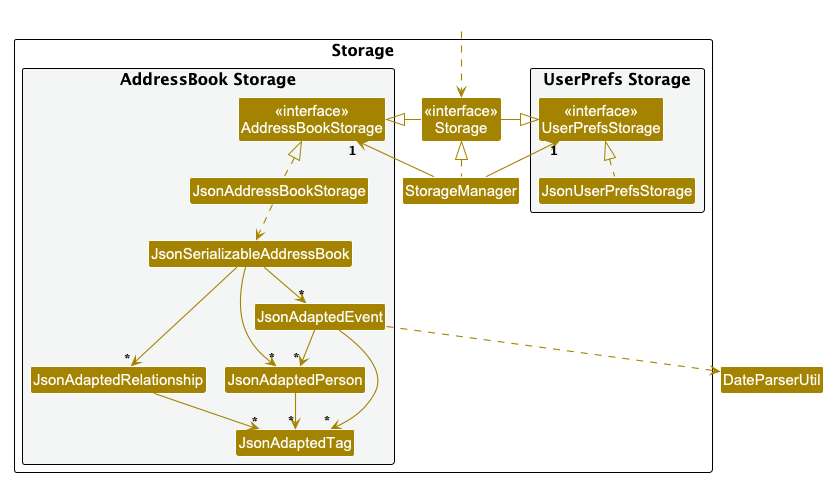
Above: docs/images/StorageClassDiagram.png in Stickiem/tp (PlantUML), before the change.
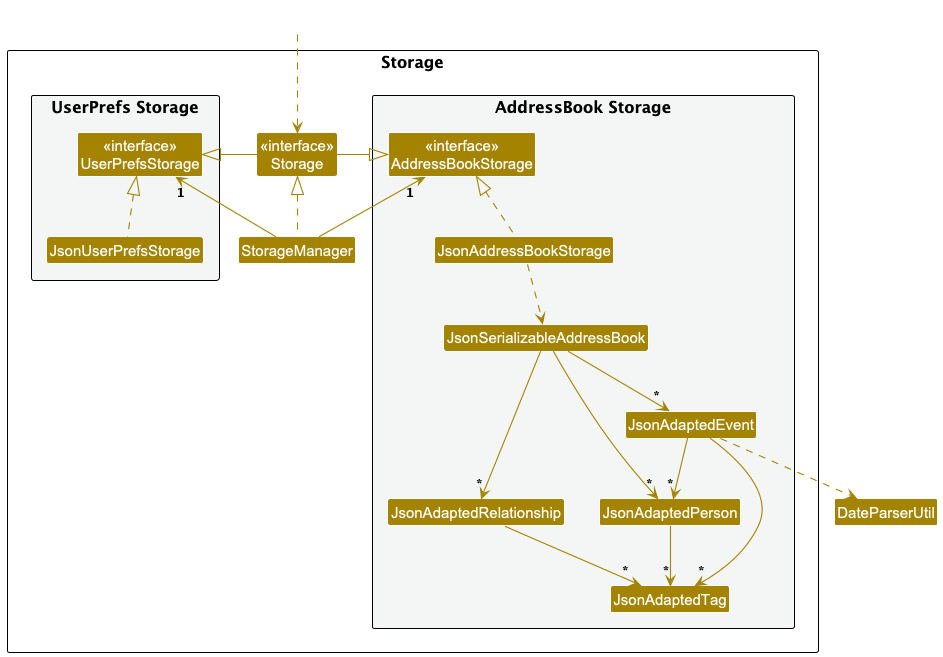
After the change.

Commit message:
Update diagram renders

The edit, as a diff of the source:
```diff
@@ -1,9 +1,9 @@
 @startuml
-!pragma layout smetana
 !include style.puml
 skinparam arrowThickness 1.1
 skinparam arrowColor STORAGE_COLOR
 skinparam classBackgroundColor STORAGE_COLOR
+hide members
 
 class DateParserUtil
 
@@ -25,6 +25,7 @@
 class JsonAdaptedRelationship
 class JsonAdaptedEvent
 Class JsonAdaptedTag
+Class JsonAdaptedEvent
 }
 
 }
```
